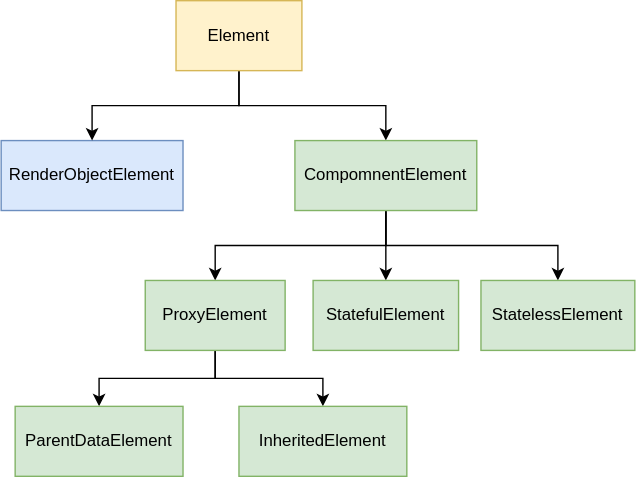
Earlier version of the draw.io export images/build-element-hierarchy.svg (Ryan-Hu/LearnFlutter). Source tidied: cells renumbered, new cells last; positions are measured from the earlier drawing's top-left corner, leaving out a move shared by most shapes.
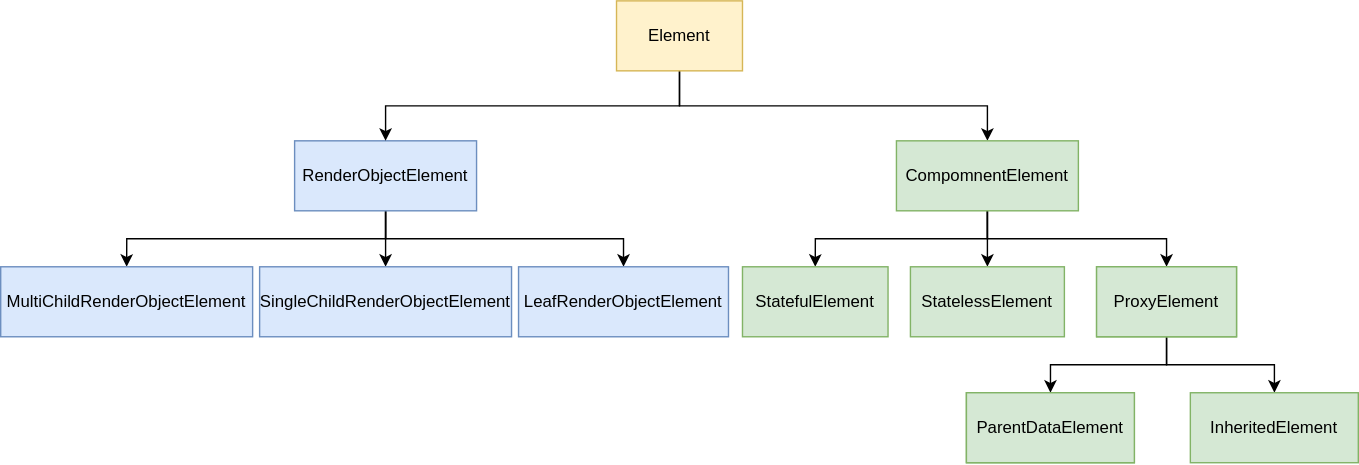
The same diagram one commit later.

Change to the diagram source:
```diff
@@ -2,17 +2,28 @@
   <root>
     <mxCell id="0" />
     <mxCell id="1" parent="0" />
+    <mxCell id="17" style="edgeStyle=orthogonalEdgeStyle;rounded=0;jettySize=auto;html=1;exitX=0.5;exitY=1;exitDx=0;exitDy=0;entryX=0.5;entryY=0;entryDx=0;entryDy=0;" parent="1" edge="1" source="2" target="23">
+      <mxGeometry relative="1" as="geometry" />
+    </mxCell>
+    <mxCell id="18" style="edgeStyle=orthogonalEdgeStyle;rounded=0;jettySize=auto;html=1;exitX=0.5;exitY=1;exitDx=0;exitDy=0;entryX=0.5;entryY=0;entryDx=0;entryDy=0;" parent="1" edge="1" source="2" target="24">
+      <mxGeometry relative="1" as="geometry" />
+    </mxCell>
+    <mxCell id="19" style="edgeStyle=orthogonalEdgeStyle;rounded=0;jettySize=auto;html=1;exitX=0.5;exitY=1;exitDx=0;exitDy=0;" parent="1" edge="1" source="2" target="22">
+      <mxGeometry relative="1" as="geometry" />
+    </mxCell>
     <mxCell id="2" value="RenderObjectElement" style="rounded=0;whiteSpace=wrap;html=1;fillColor=#dae8fc;strokeColor=#6c8ebf;" parent="1" vertex="1">
-      <mxGeometry y="100" width="130" height="50" as="geometry" />
+      <mxGeometry x="10" y="100" width="130" height="50" as="geometry" />
     </mxCell>
-    <mxCell id="3" style="edgeStyle=orthogonalEdgeStyle;rounded=0;jettySize=auto;html=1;exitX=0.5;exitY=1;exitDx=0;exitDy=0;entryX=0.5;entryY=0;entryDx=0;entryDy=0;" parent="1" edge="1" source="5" target="2">
-      <mxGeometry relative="1" as="geometry" />
+    <mxCell id="3" style="edgeStyle=orthogonalEdgeStyle;rounded=0;jettySize=auto;html=1;exitX=0.5;exitY=1;exitDx=0;exitDy=0;entryX=0.5;entryY=0;entryDx=0;entryDy=0;" parent="1" edge="1" source="5">
+      <mxGeometry relative="1" as="geometry">
+        <mxPoint x="75" y="100" as="targetPoint" />
+      </mxGeometry>
     </mxCell>
     <mxCell id="4" style="edgeStyle=orthogonalEdgeStyle;rounded=0;jettySize=auto;html=1;exitX=0.5;exitY=1;exitDx=0;exitDy=0;" parent="1" edge="1" source="5" target="9">
       <mxGeometry relative="1" as="geometry" />
     </mxCell>
     <mxCell id="5" value="Element" style="rounded=0;whiteSpace=wrap;html=1;fillColor=#fff2cc;strokeColor=#d6b656;" parent="1" vertex="1">
-      <mxGeometry x="125" width="90" height="50" as="geometry" />
+      <mxGeometry x="240" width="90" height="50" as="geometry" />
     </mxCell>
     <mxCell id="6" style="edgeStyle=orthogonalEdgeStyle;rounded=0;jettySize=auto;html=1;exitX=0.5;exitY=1;exitDx=0;exitDy=0;entryX=0.5;entryY=0;entryDx=0;entryDy=0;" parent="1" edge="1" source="9" target="12">
       <mxGeometry relative="1" as="geometry" />
@@ -24,7 +35,7 @@
       <mxGeometry relative="1" as="geometry" />
     </mxCell>
     <mxCell id="9" value="CompomnentElement" style="rounded=0;whiteSpace=wrap;html=1;fillColor=#d5e8d4;strokeColor=#82b366;" parent="1" vertex="1">
-      <mxGeometry x="210" y="100" width="130" height="50" as="geometry" />
+      <mxGeometry x="440" y="100" width="130" height="50" as="geometry" />
     </mxCell>
     <mxCell id="10" style="edgeStyle=orthogonalEdgeStyle;rounded=0;jettySize=auto;html=1;exitX=0.5;exitY=1;exitDx=0;exitDy=0;" parent="1" edge="1" source="12" target="15">
       <mxGeometry relative="1" as="geometry" />
@@ -33,19 +44,34 @@
       <mxGeometry relative="1" as="geometry" />
     </mxCell>
     <mxCell id="12" value="ProxyElement" style="rounded=0;whiteSpace=wrap;html=1;fillColor=#d5e8d4;strokeColor=#82b366;" parent="1" vertex="1">
-      <mxGeometry x="103" y="200" width="100" height="50" as="geometry" />
+      <mxGeometry x="583" y="190" width="100" height="50" as="geometry" />
     </mxCell>
     <mxCell id="13" value="StatefulElement" style="rounded=0;whiteSpace=wrap;html=1;fillColor=#d5e8d4;strokeColor=#82b366;" parent="1" vertex="1">
-      <mxGeometry x="223" y="200" width="104" height="50" as="geometry" />
+      <mxGeometry x="330" y="190" width="104" height="50" as="geometry" />
     </mxCell>
     <mxCell id="14" value="StatelessElement" style="rounded=0;whiteSpace=wrap;html=1;fillColor=#d5e8d4;strokeColor=#82b366;" parent="1" vertex="1">
-      <mxGeometry x="343" y="200" width="110" height="50" as="geometry" />
+      <mxGeometry x="450" y="190" width="110" height="50" as="geometry" />
     </mxCell>
     <mxCell id="15" value="ParentDataElement" style="rounded=0;whiteSpace=wrap;html=1;fillColor=#d5e8d4;strokeColor=#82b366;" parent="1" vertex="1">
-      <mxGeometry x="10" y="290" width="120" height="50" as="geometry" />
+      <mxGeometry x="490" y="280" width="120" height="50" as="geometry" />
     </mxCell>
     <mxCell id="16" value="InheritedElement" style="rounded=0;whiteSpace=wrap;html=1;fillColor=#d5e8d4;strokeColor=#82b366;" parent="1" vertex="1">
-      <mxGeometry x="170" y="290" width="120" height="50" as="geometry" />
+      <mxGeometry x="650" y="280" width="120" height="50" as="geometry" />
     </mxCell>
+    <mxCell id="20" value="ProxyElement" style="rounded=0;whiteSpace=wrap;html=1;fillColor=#d5e8d4;strokeColor=#82b366;" parent="1" vertex="1">
+      <mxGeometry x="583" y="190" width="100" height="50" as="geometry" />
+    </mxCell>
+    <mxCell id="21" value="ParentDataElement" style="rounded=0;whiteSpace=wrap;html=1;fillColor=#d5e8d4;strokeColor=#82b366;" parent="1" vertex="1">
+      <mxGeometry x="490" y="280" width="120" height="50" as="geometry" />
+    </mxCell>
+    <mxCell id="22" value="LeafRenderObjectElement" style="rounded=0;whiteSpace=wrap;html=1;fillColor=#dae8fc;strokeColor=#6c8ebf;" parent="1" vertex="1">
+      <mxGeometry x="170" y="190" width="150" height="50" as="geometry" />
+    </mxCell>
+    <mxCell id="23" value="SingleChildRenderObjectElement" style="rounded=0;whiteSpace=wrap;html=1;fillColor=#dae8fc;strokeColor=#6c8ebf;" parent="1" vertex="1">
+      <mxGeometry x="-15" y="190" width="180" height="50" as="geometry" />
+    </mxCell>
+    <mxCell id="24" value="MultiChildRenderObjectElement" style="rounded=0;whiteSpace=wrap;html=1;fillColor=#dae8fc;strokeColor=#6c8ebf;" parent="1" vertex="1">
+      <mxGeometry x="-200" y="190" width="180" height="50" as="geometry" />
+    </mxCell>
   </root>
 </mxGraphModel>
```
